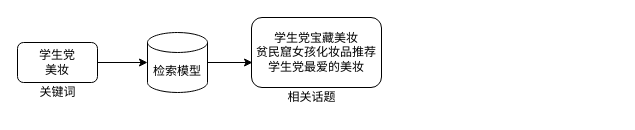
Earlier version of the draw.io diagram 内容圈选算法输入.drawio (sdd9465/hello-world). Source tidied: cells renumbered, new cells numbered last; positions are measured from the earlier drawing's top-left corner, leaving out a move shared by most shapes. Both pictures are drawn from the tidied source at 100%, with x=0, y=0 at pixel (17, 17).
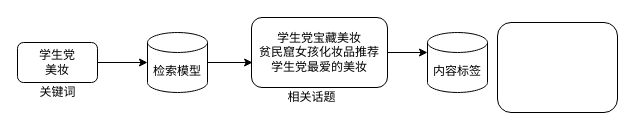
After the change.

Commit message (it also covers changes not shown here):
Update 内容圈选算法输入.drawio

Change to the diagram source:
```diff
@@
 <mxGraphModel>
   <root>
     <mxCell id="0" />
     <mxCell id="1" parent="0" />
     <mxCell id="2" style="edgeStyle=orthogonalEdgeStyle;rounded=0;jettySize=auto;html=1;exitX=1;exitY=0.5;exitDx=0;exitDy=0;entryX=0;entryY=0.5;entryDx=0;entryDy=0;entryPerimeter=0;" parent="1" edge="1" source="3" target="6">
       <mxGeometry relative="1" as="geometry" />
     </mxCell>
     <mxCell id="3" value="学生党&lt;br&gt;美妆" style="rounded=1;whiteSpace=wrap;html=1;" parent="1" vertex="1">
       <mxGeometry y="25" width="80" height="40" as="geometry" />
     </mxCell>
     <mxCell id="4" value="关键词" style="text;html=1;align=center;verticalAlign=middle;" parent="1" vertex="1">
       <mxGeometry x="15" y="65" width="50" height="20" as="geometry" />
     </mxCell>
     <mxCell id="5" style="edgeStyle=orthogonalEdgeStyle;rounded=0;jettySize=auto;html=1;exitX=1;exitY=0.5;exitDx=0;exitDy=0;exitPerimeter=0;entryX=0.008;entryY=0.643;entryDx=0;entryDy=0;entryPerimeter=0;" parent="1" edge="1" source="6" target="7">
       <mxGeometry relative="1" as="geometry" />
     </mxCell>
     <mxCell id="6" value="检索模型" style="shape=cylinder3;whiteSpace=wrap;html=1;boundedLbl=1;backgroundOutline=1;size=10;" parent="1" vertex="1">
       <mxGeometry x="130" y="15" width="60" height="60" as="geometry" />
     </mxCell>
+    <mxCell id="9" style="edgeStyle=orthogonalEdgeStyle;rounded=0;jettySize=auto;html=1;exitX=1;exitY=0.5;exitDx=0;exitDy=0;entryX=0;entryY=0;entryDx=0;entryDy=20;entryPerimeter=0;" parent="1" edge="1" source="7" target="10">
+      <mxGeometry relative="1" as="geometry" />
+    </mxCell>
     <mxCell id="7" value="学生党宝藏美妆&lt;br&gt;贫民窟女孩化妆品推荐&lt;br&gt;学生党最爱的美妆" style="rounded=1;whiteSpace=wrap;html=1;" parent="1" vertex="1">
-      <mxGeometry x="234" width="130" height="70" as="geometry" />
+      <mxGeometry x="234" width="136" height="70" as="geometry" />
     </mxCell>
     <mxCell id="8" value="相关话题" style="text;html=1;align=center;verticalAlign=middle;" parent="1" vertex="1">
       <mxGeometry x="264" y="70" width="60" height="20" as="geometry" />
     </mxCell>
+    <mxCell id="10" value="内容标签" style="shape=cylinder3;whiteSpace=wrap;html=1;boundedLbl=1;backgroundOutline=1;size=10;" parent="1" vertex="1">
+      <mxGeometry x="410" y="15" width="60" height="60" as="geometry" />
+    </mxCell>
+    <mxCell id="11" style="rounded=1;whiteSpace=wrap;html=1;" parent="1" vertex="1">
+      <mxGeometry x="480" y="5" width="120" height="90" as="geometry" />
+    </mxCell>
   </root>
 </mxGraphModel>
```
